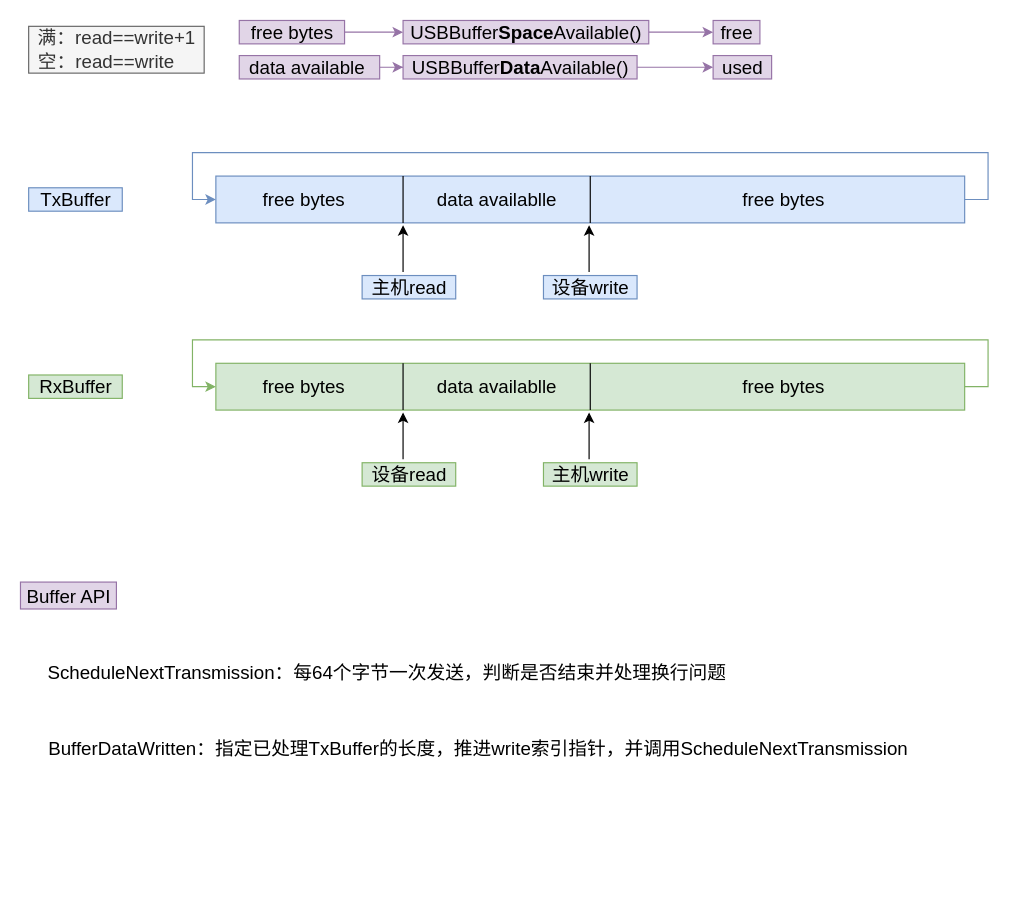
This is page "环形缓冲区模型" (5 of 6) of Untitled Diagram.drawio from fuxinsen/test, a draw.io file, before an edit. Source tidied: cells renumbered, new cells numbered last; positions are measured from the earlier drawing's top-left corner, leaving out a move shared by most shapes. Both pictures are drawn from the tidied source at 117%, with x=0, y=0 at pixel (20, 20).
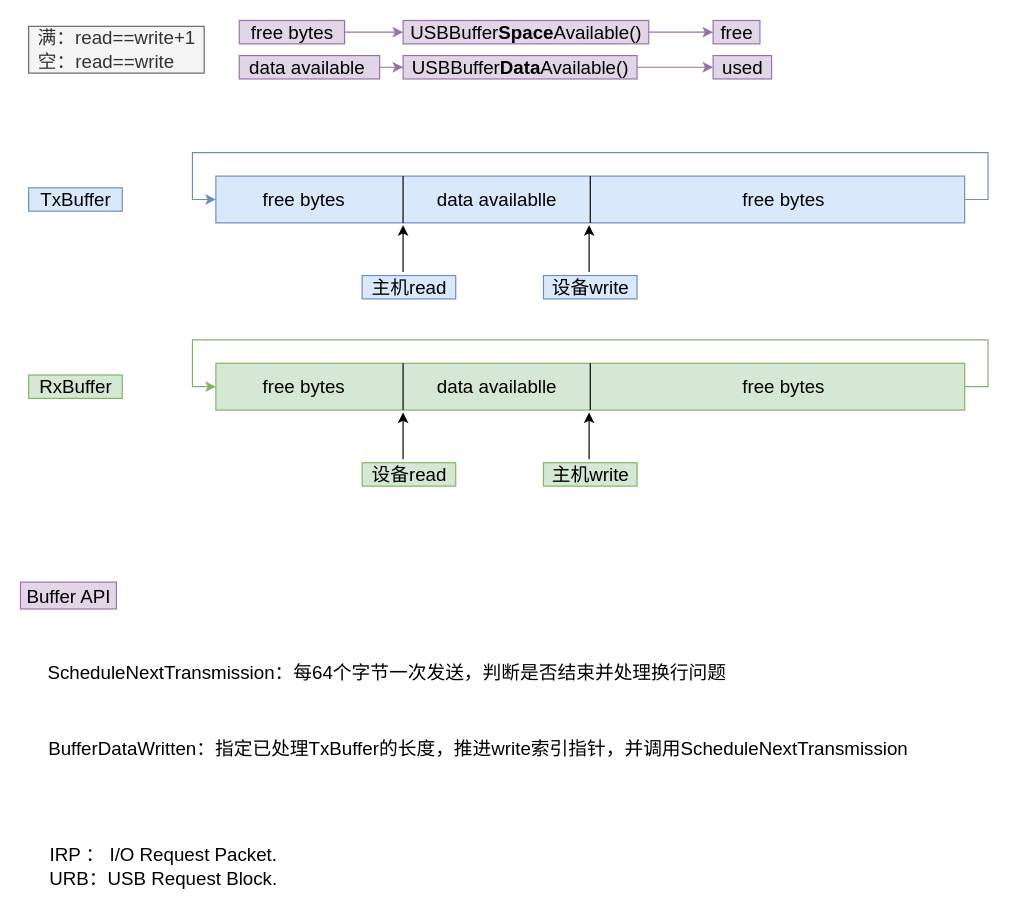
After the change.

The edit, as a diff of the source:
```diff
@@
+    <mxCell id="40" value="IRP ： I/O Request Packet.&lt;br&gt;URB：USB Request Block." style="text;html=1;align=center;verticalAlign=middle;strokeColor=none;fontSize=16;fontColor=#000000;" parent="1" vertex="1">
+      <mxGeometry x="20" y="702" width="204" height="41" as="geometry" />
+    </mxCell>
```
